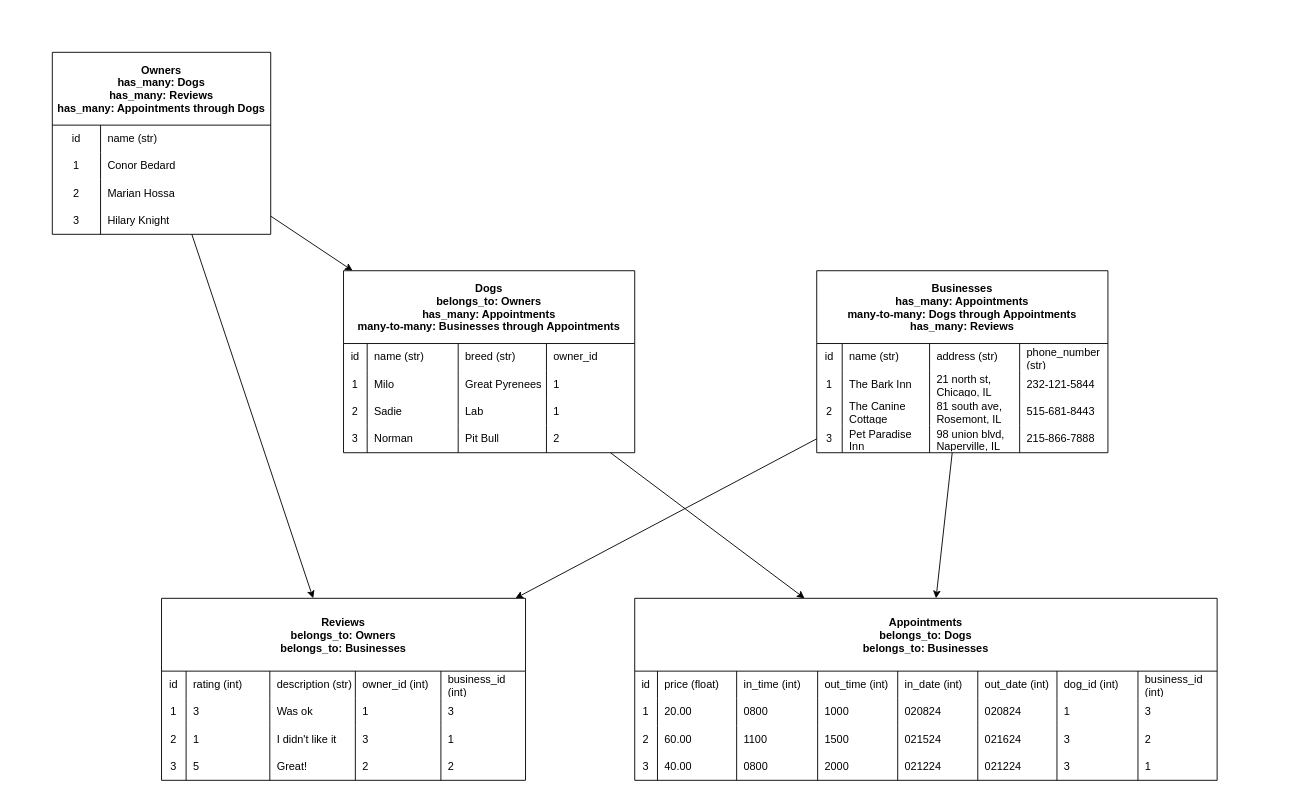
Above: .drawio in jdavis8898/barking-bnb (draw.io), before the change. Source tidied: cells renumbered, new cells numbered last; positions are measured from the earlier drawing's top-left corner, leaving out a move shared by most shapes. Both pictures are drawn from the tidied source at 91%, with x=0, y=0 at pixel (52, 52).
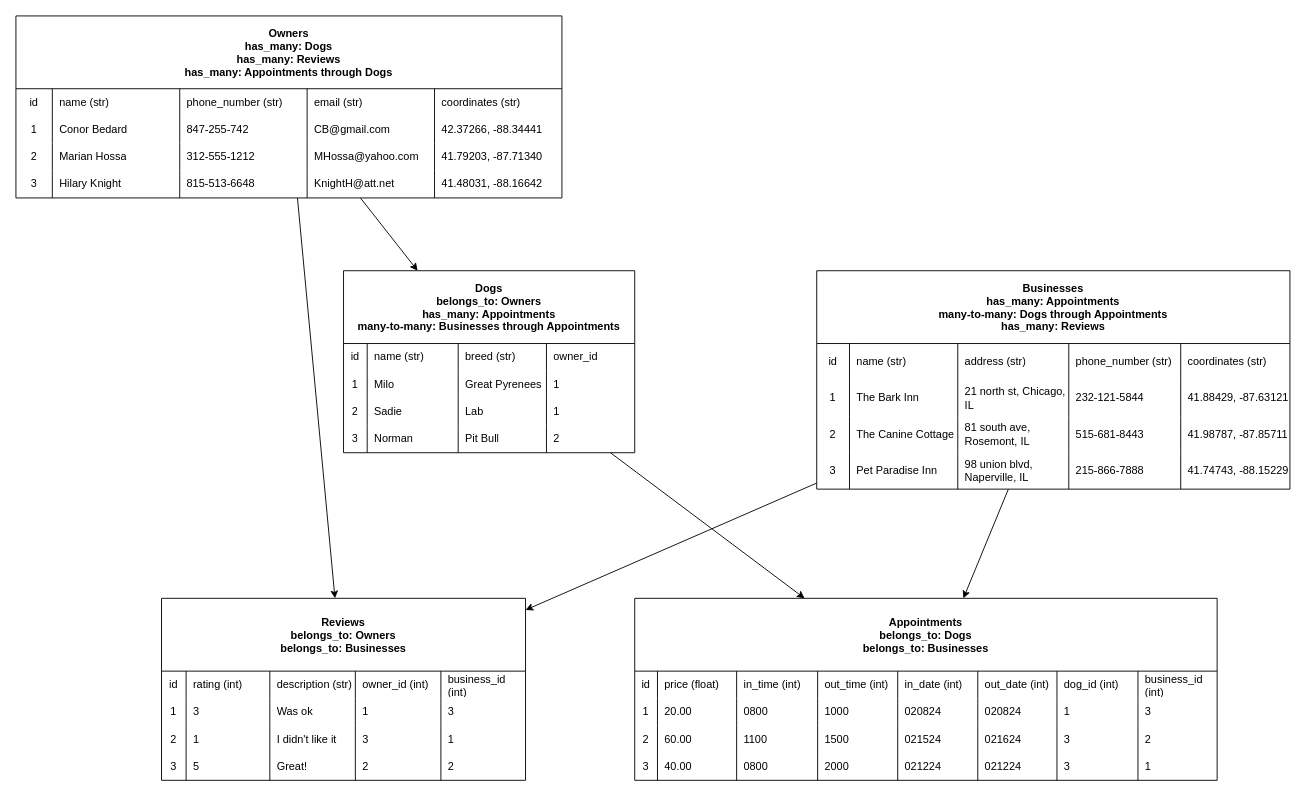
Above is the later version.

The edit, as a diff of the source:
```diff
@@
     <mxCell id="4" value="Owners&#10;has_many: Dogs&#10;has_many: Reviews&#10;has_many: Appointments through Dogs" style="shape=table;startSize=80;childLayout=tableLayout;rowLines=0;fontStyle=1;" parent="1" vertex="1">
-      <mxGeometry width="240" height="200" as="geometry" />
+      <mxGeometry x="-40" y="-40" width="600" height="200" as="geometry" />
     </mxCell>
     <mxCell id="5" style="shape=tableRow;horizontal=0;startSize=0;swimlaneHead=0;swimlaneBody=0;top=0;left=0;bottom=0;right=0;fillColor=none;" parent="4" vertex="1">
-      <mxGeometry y="80" width="240" height="30" as="geometry" />
+      <mxGeometry y="80" width="600" height="30" as="geometry" />
     </mxCell>
     <mxCell id="6" value="id" style="shape=partialRectangle;html=1;whiteSpace=wrap;fillColor=none;top=0;left=0;bottom=0;right=0;overflow=hidden;" parent="5" vertex="1">
-      <mxGeometry width="53" height="30" as="geometry" />
+      <mxGeometry width="40" height="30" as="geometry" />
     </mxCell>
     <mxCell id="7" value="name (str)" style="shape=partialRectangle;html=1;whiteSpace=wrap;fillColor=none;top=0;left=0;bottom=0;right=0;align=left;spacingLeft=6;overflow=hidden;" parent="5" vertex="1">
-      <mxGeometry x="53" width="187" height="30" as="geometry" />
+      <mxGeometry x="40" width="140" height="30" as="geometry" />
     </mxCell>
+    <mxCell id="124" value="phone_number (str)" style="shape=partialRectangle;html=1;whiteSpace=wrap;fillColor=none;top=0;left=0;bottom=0;right=0;align=left;spacingLeft=6;overflow=hidden;" parent="5" vertex="1">
+      <mxGeometry x="180" width="140" height="30" as="geometry" />
+    </mxCell>
+    <mxCell id="125" value="email (str)" style="shape=partialRectangle;html=1;whiteSpace=wrap;fillColor=none;top=0;left=0;bottom=0;right=0;align=left;spacingLeft=6;overflow=hidden;" parent="5" vertex="1">
+      <mxGeometry x="320" width="140" height="30" as="geometry" />
+    </mxCell>
+    <mxCell id="126" value="coordinates (str)" style="shape=partialRectangle;html=1;whiteSpace=wrap;fillColor=none;top=0;left=0;bottom=0;right=0;align=left;spacingLeft=6;overflow=hidden;" parent="5" vertex="1">
+      <mxGeometry x="460" width="140" height="30" as="geometry" />
+    </mxCell>
     <mxCell id="8" style="shape=tableRow;horizontal=0;startSize=0;swimlaneHead=0;swimlaneBody=0;top=0;left=0;bottom=0;right=0;fillColor=none;" parent="4" vertex="1">
-      <mxGeometry y="110" width="240" height="30" as="geometry" />
+      <mxGeometry y="110" width="600" height="30" as="geometry" />
     </mxCell>
     <mxCell id="9" value="1" style="shape=partialRectangle;html=1;whiteSpace=wrap;fillColor=none;top=0;left=0;bottom=0;right=0;overflow=hidden;" parent="8" vertex="1">
-      <mxGeometry width="53" height="30" as="geometry" />
+      <mxGeometry width="40" height="30" as="geometry" />
     </mxCell>
     <mxCell id="10" value="Conor Bedard" style="shape=partialRectangle;html=1;whiteSpace=wrap;fillColor=none;top=0;left=0;bottom=0;right=0;align=left;spacingLeft=6;overflow=hidden;" parent="8" vertex="1">
-      <mxGeometry x="53" width="187" height="30" as="geometry" />
+      <mxGeometry x="40" width="140" height="30" as="geometry" />
     </mxCell>
+    <mxCell id="127" value="847-255-742" style="shape=partialRectangle;html=1;whiteSpace=wrap;fillColor=none;top=0;left=0;bottom=0;right=0;align=left;spacingLeft=6;overflow=hidden;" parent="8" vertex="1">
+      <mxGeometry x="180" width="140" height="30" as="geometry" />
+    </mxCell>
+    <mxCell id="128" value="CB@gmail.com" style="shape=partialRectangle;html=1;whiteSpace=wrap;fillColor=none;top=0;left=0;bottom=0;right=0;align=left;spacingLeft=6;overflow=hidden;" parent="8" vertex="1">
+      <mxGeometry x="320" width="140" height="30" as="geometry" />
+    </mxCell>
+    <mxCell id="129" value="42.37266, -88.34441" style="shape=partialRectangle;html=1;whiteSpace=wrap;fillColor=none;top=0;left=0;bottom=0;right=0;align=left;spacingLeft=6;overflow=hidden;" parent="8" vertex="1">
+      <mxGeometry x="460" width="140" height="30" as="geometry" />
+    </mxCell>
     <mxCell id="11" style="shape=tableRow;horizontal=0;startSize=0;swimlaneHead=0;swimlaneBody=0;top=0;left=0;bottom=0;right=0;fillColor=none;" parent="4" vertex="1">
-      <mxGeometry y="140" width="240" height="30" as="geometry" />
+      <mxGeometry y="140" width="600" height="30" as="geometry" />
     </mxCell>
     <mxCell id="12" value="2" style="shape=partialRectangle;html=1;whiteSpace=wrap;fillColor=none;top=0;left=0;bottom=0;right=0;overflow=hidden;" parent="11" vertex="1">
-      <mxGeometry width="53" height="30" as="geometry" />
+      <mxGeometry width="40" height="30" as="geometry" />
     </mxCell>
     <mxCell id="13" value="Marian Hossa" style="shape=partialRectangle;html=1;whiteSpace=wrap;fillColor=none;top=0;left=0;bottom=0;right=0;align=left;spacingLeft=6;overflow=hidden;" parent="11" vertex="1">
-      <mxGeometry x="53" width="187" height="30" as="geometry" />
+      <mxGeometry x="40" width="140" height="30" as="geometry" />
     </mxCell>
+    <mxCell id="130" value="312-555-1212" style="shape=partialRectangle;html=1;whiteSpace=wrap;fillColor=none;top=0;left=0;bottom=0;right=0;align=left;spacingLeft=6;overflow=hidden;" parent="11" vertex="1">
+      <mxGeometry x="180" width="140" height="30" as="geometry" />
+    </mxCell>
+    <mxCell id="131" value="MHossa@yahoo.com" style="shape=partialRectangle;html=1;whiteSpace=wrap;fillColor=none;top=0;left=0;bottom=0;right=0;align=left;spacingLeft=6;overflow=hidden;" parent="11" vertex="1">
+      <mxGeometry x="320" width="140" height="30" as="geometry" />
+    </mxCell>
+    <mxCell id="132" value="41.79203, -87.71340" style="shape=partialRectangle;html=1;whiteSpace=wrap;fillColor=none;top=0;left=0;bottom=0;right=0;align=left;spacingLeft=6;overflow=hidden;" parent="11" vertex="1">
+      <mxGeometry x="460" width="140" height="30" as="geometry" />
+    </mxCell>
     <mxCell id="14" style="shape=tableRow;horizontal=0;startSize=0;swimlaneHead=0;swimlaneBody=0;top=0;left=0;bottom=0;right=0;fillColor=none;" parent="4" vertex="1">
-      <mxGeometry y="170" width="240" height="30" as="geometry" />
+      <mxGeometry y="170" width="600" height="30" as="geometry" />
     </mxCell>
     <mxCell id="15" value="3" style="shape=partialRectangle;html=1;whiteSpace=wrap;fillColor=none;top=0;left=0;bottom=0;right=0;overflow=hidden;" parent="14" vertex="1">
-      <mxGeometry width="53" height="30" as="geometry" />
+      <mxGeometry width="40" height="30" as="geometry" />
     </mxCell>
     <mxCell id="16" value="Hilary Knight" style="shape=partialRectangle;html=1;whiteSpace=wrap;fillColor=none;top=0;left=0;bottom=0;right=0;align=left;spacingLeft=6;overflow=hidden;" parent="14" vertex="1">
-      <mxGeometry x="53" width="187" height="30" as="geometry" />
+      <mxGeometry x="40" width="140" height="30" as="geometry" />
     </mxCell>
+    <mxCell id="133" value="815-513-6648" style="shape=partialRectangle;html=1;whiteSpace=wrap;fillColor=none;top=0;left=0;bottom=0;right=0;align=left;spacingLeft=6;overflow=hidden;" parent="14" vertex="1">
+      <mxGeometry x="180" width="140" height="30" as="geometry" />
+    </mxCell>
+    <mxCell id="134" value="KnightH@att.net" style="shape=partialRectangle;html=1;whiteSpace=wrap;fillColor=none;top=0;left=0;bottom=0;right=0;align=left;spacingLeft=6;overflow=hidden;" parent="14" vertex="1">
+      <mxGeometry x="320" width="140" height="30" as="geometry" />
+    </mxCell>
+    <mxCell id="135" value="41.48031, -88.16642" style="shape=partialRectangle;html=1;whiteSpace=wrap;fillColor=none;top=0;left=0;bottom=0;right=0;align=left;spacingLeft=6;overflow=hidden;" parent="14" vertex="1">
+      <mxGeometry x="460" width="140" height="30" as="geometry" />
+    </mxCell>
@@
     <mxCell id="78" value="Businesses&#10;has_many: Appointments&#10;many-to-many: Dogs through Appointments&#10;has_many: Reviews" style="shape=table;startSize=80;childLayout=tableLayout;rowLines=0;fontStyle=1;" parent="1" vertex="1">
-      <mxGeometry x="840" y="240" width="320" height="200" as="geometry" />
+      <mxGeometry x="840" y="240" width="520" height="240" as="geometry" />
     </mxCell>
     <mxCell id="79" style="shape=tableRow;horizontal=0;startSize=0;swimlaneHead=0;swimlaneBody=0;top=0;left=0;bottom=0;right=0;fillColor=none;" parent="78" vertex="1">
-      <mxGeometry y="80" width="320" height="30" as="geometry" />
+      <mxGeometry y="80" width="520" height="40" as="geometry" />
     </mxCell>
     <mxCell id="80" value="id" style="shape=partialRectangle;html=1;whiteSpace=wrap;fillColor=none;top=0;left=0;bottom=0;right=0;overflow=hidden;" parent="79" vertex="1">
-      <mxGeometry width="28" height="30" as="geometry" />
+      <mxGeometry width="36" height="40" as="geometry" />
     </mxCell>
     <mxCell id="81" value="name (str)" style="shape=partialRectangle;html=1;whiteSpace=wrap;fillColor=none;top=0;left=0;bottom=0;right=0;align=left;spacingLeft=6;overflow=hidden;" parent="79" vertex="1">
-      <mxGeometry x="28" width="96" height="30" as="geometry" />
+      <mxGeometry x="36" width="119" height="40" as="geometry" />
     </mxCell>
     <mxCell id="82" value="address (str)" style="shape=partialRectangle;html=1;whiteSpace=wrap;fillColor=none;top=0;left=0;bottom=0;right=0;align=left;spacingLeft=6;overflow=hidden;" parent="79" vertex="1">
-      <mxGeometry x="124" width="99" height="30" as="geometry" />
+      <mxGeometry x="155" width="122" height="40" as="geometry" />
     </mxCell>
     <mxCell id="83" value="phone_number (str)" style="shape=partialRectangle;html=1;whiteSpace=wrap;fillColor=none;top=0;left=0;bottom=0;right=0;align=left;spacingLeft=6;overflow=hidden;" parent="79" vertex="1">
-      <mxGeometry x="223" width="97" height="30" as="geometry" />
+      <mxGeometry x="277" width="123" height="40" as="geometry" />
     </mxCell>
+    <mxCell id="136" value="coordinates (str)" style="shape=partialRectangle;html=1;whiteSpace=wrap;fillColor=none;top=0;left=0;bottom=0;right=0;align=left;spacingLeft=6;overflow=hidden;" parent="79" vertex="1">
+      <mxGeometry x="400" width="120" height="40" as="geometry" />
+    </mxCell>
     <mxCell id="84" style="shape=tableRow;horizontal=0;startSize=0;swimlaneHead=0;swimlaneBody=0;top=0;left=0;bottom=0;right=0;fillColor=none;" parent="78" vertex="1">
-      <mxGeometry y="110" width="320" height="30" as="geometry" />
+      <mxGeometry y="120" width="520" height="40" as="geometry" />
     </mxCell>
     <mxCell id="85" value="1" style="shape=partialRectangle;html=1;whiteSpace=wrap;fillColor=none;top=0;left=0;bottom=0;right=0;overflow=hidden;" parent="84" vertex="1">
-      <mxGeometry width="28" height="30" as="geometry" />
+      <mxGeometry width="36" height="40" as="geometry" />
     </mxCell>
     <mxCell id="86" value="The Bark Inn" style="shape=partialRectangle;html=1;whiteSpace=wrap;fillColor=none;top=0;left=0;bottom=0;right=0;align=left;spacingLeft=6;overflow=hidden;" parent="84" vertex="1">
-      <mxGeometry x="28" width="96" height="30" as="geometry" />
+      <mxGeometry x="36" width="119" height="40" as="geometry" />
     </mxCell>
     <mxCell id="87" value="21 north st, Chicago, IL" style="shape=partialRectangle;html=1;whiteSpace=wrap;fillColor=none;top=0;left=0;bottom=0;right=0;align=left;spacingLeft=6;overflow=hidden;" parent="84" vertex="1">
-      <mxGeometry x="124" width="99" height="30" as="geometry" />
+      <mxGeometry x="155" width="122" height="40" as="geometry" />
     </mxCell>
     <mxCell id="88" value="232-121-5844" style="shape=partialRectangle;html=1;whiteSpace=wrap;fillColor=none;top=0;left=0;bottom=0;right=0;align=left;spacingLeft=6;overflow=hidden;" parent="84" vertex="1">
-      <mxGeometry x="223" width="97" height="30" as="geometry" />
+      <mxGeometry x="277" width="123" height="40" as="geometry" />
     </mxCell>
+    <mxCell id="137" value="41.88429, -87.63121" style="shape=partialRectangle;html=1;whiteSpace=wrap;fillColor=none;top=0;left=0;bottom=0;right=0;align=left;spacingLeft=6;overflow=hidden;" parent="84" vertex="1">
+      <mxGeometry x="400" width="120" height="40" as="geometry" />
+    </mxCell>
     <mxCell id="89" style="shape=tableRow;horizontal=0;startSize=0;swimlaneHead=0;swimlaneBody=0;top=0;left=0;bottom=0;right=0;fillColor=none;" parent="78" vertex="1">
-      <mxGeometry y="140" width="320" height="30" as="geometry" />
+      <mxGeometry y="160" width="520" height="40" as="geometry" />
     </mxCell>
     <mxCell id="90" value="2" style="shape=partialRectangle;html=1;whiteSpace=wrap;fillColor=none;top=0;left=0;bottom=0;right=0;overflow=hidden;" parent="89" vertex="1">
-      <mxGeometry width="28" height="30" as="geometry" />
+      <mxGeometry width="36" height="40" as="geometry" />
     </mxCell>
     <mxCell id="91" value="The Canine Cottage" style="shape=partialRectangle;html=1;whiteSpace=wrap;fillColor=none;top=0;left=0;bottom=0;right=0;align=left;spacingLeft=6;overflow=hidden;" parent="89" vertex="1">
-      <mxGeometry x="28" width="96" height="30" as="geometry" />
+      <mxGeometry x="36" width="119" height="40" as="geometry" />
     </mxCell>
     <mxCell id="92" value="81 south ave, Rosemont, IL" style="shape=partialRectangle;html=1;whiteSpace=wrap;fillColor=none;top=0;left=0;bottom=0;right=0;align=left;spacingLeft=6;overflow=hidden;" parent="89" vertex="1">
-      <mxGeometry x="124" width="99" height="30" as="geometry" />
+      <mxGeometry x="155" width="122" height="40" as="geometry" />
     </mxCell>
     <mxCell id="93" value="515-681-8443" style="shape=partialRectangle;html=1;whiteSpace=wrap;fillColor=none;top=0;left=0;bottom=0;right=0;align=left;spacingLeft=6;overflow=hidden;" parent="89" vertex="1">
-      <mxGeometry x="223" width="97" height="30" as="geometry" />
+      <mxGeometry x="277" width="123" height="40" as="geometry" />
     </mxCell>
+    <mxCell id="138" value="41.98787, -87.85711" style="shape=partialRectangle;html=1;whiteSpace=wrap;fillColor=none;top=0;left=0;bottom=0;right=0;align=left;spacingLeft=6;overflow=hidden;" parent="89" vertex="1">
+      <mxGeometry x="400" width="120" height="40" as="geometry" />
+    </mxCell>
     <mxCell id="94" style="shape=tableRow;horizontal=0;startSize=0;swimlaneHead=0;swimlaneBody=0;top=0;left=0;bottom=0;right=0;fillColor=none;" parent="78" vertex="1">
-      <mxGeometry y="170" width="320" height="30" as="geometry" />
+      <mxGeometry y="200" width="520" height="40" as="geometry" />
     </mxCell>
     <mxCell id="95" value="3" style="shape=partialRectangle;html=1;whiteSpace=wrap;fillColor=none;top=0;left=0;bottom=0;right=0;overflow=hidden;" parent="94" vertex="1">
-      <mxGeometry width="28" height="30" as="geometry" />
+      <mxGeometry width="36" height="40" as="geometry" />
     </mxCell>
     <mxCell id="96" value="Pet Paradise Inn" style="shape=partialRectangle;html=1;whiteSpace=wrap;fillColor=none;top=0;left=0;bottom=0;right=0;align=left;spacingLeft=6;overflow=hidden;" parent="94" vertex="1">
-      <mxGeometry x="28" width="96" height="30" as="geometry" />
+      <mxGeometry x="36" width="119" height="40" as="geometry" />
     </mxCell>
     <mxCell id="97" value="98 union blvd, Naperville, IL" style="shape=partialRectangle;html=1;whiteSpace=wrap;fillColor=none;top=0;left=0;bottom=0;right=0;align=left;spacingLeft=6;overflow=hidden;" parent="94" vertex="1">
-      <mxGeometry x="124" width="99" height="30" as="geometry" />
+      <mxGeometry x="155" width="122" height="40" as="geometry" />
     </mxCell>
     <mxCell id="98" value="215-866-7888" style="shape=partialRectangle;html=1;whiteSpace=wrap;fillColor=none;top=0;left=0;bottom=0;right=0;align=left;spacingLeft=6;overflow=hidden;" parent="94" vertex="1">
-      <mxGeometry x="223" width="97" height="30" as="geometry" />
+      <mxGeometry x="277" width="123" height="40" as="geometry" />
     </mxCell>
+    <mxCell id="139" value="41.74743, -88.15229" style="shape=partialRectangle;html=1;whiteSpace=wrap;fillColor=none;top=0;left=0;bottom=0;right=0;align=left;spacingLeft=6;overflow=hidden;" parent="94" vertex="1">
+      <mxGeometry x="400" width="120" height="40" as="geometry" />
+    </mxCell>
```
